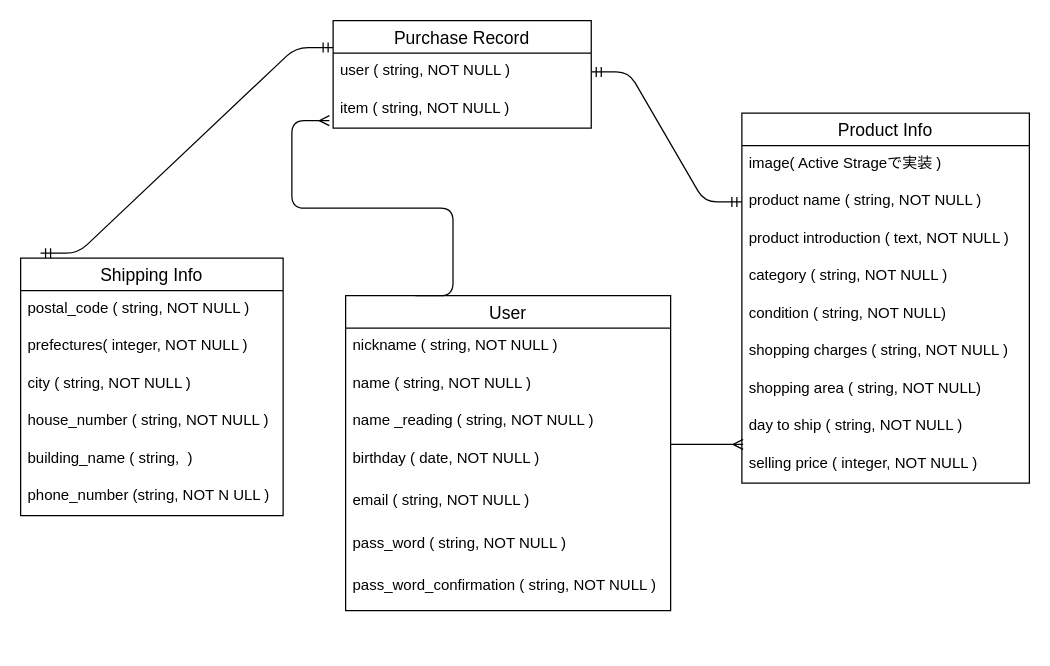
miyazakisayaka7/furima-35258 keeps this draw.io diagram as app/views/furima.dio. Above is the earlier version. Source tidied: cells renumbered, new cells numbered last; positions are measured from the earlier drawing's top-left corner, leaving out a move shared by most shapes. Both pictures are drawn from the tidied source at 125%, with x=0, y=0 at pixel (20, 20).
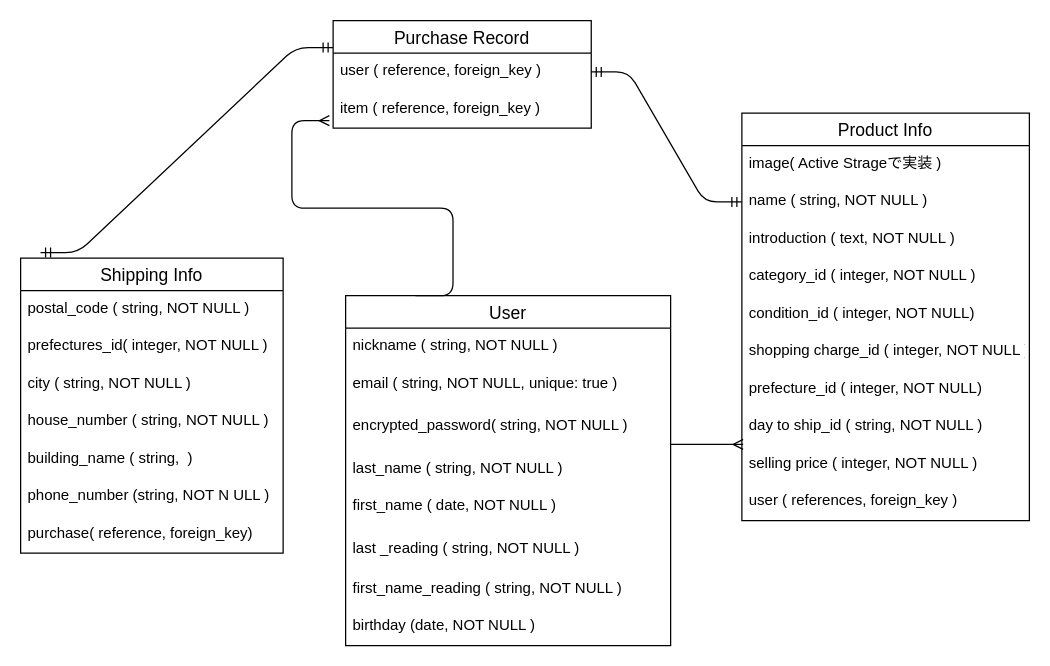
Above is the later version.

The change refers to these unchanged cells:
```xml
<mxCell id="19" value="Purchase Record" style="swimlane;fontStyle=0;horizontal=1;startSize=26;align=center;fontSize=14;rounded=0;sketch=0;" parent="1" vertex="1">
  <mxGeometry x="250" width="206.5" height="86" as="geometry" />
</mxCell>
```

Diff of the diagram source:
```diff
@@
     <mxCell id="2" value="Shipping Info" style="swimlane;fontStyle=0;horizontal=1;startSize=26;align=center;fontSize=14;rounded=0;sketch=0;" parent="1" vertex="1">
-      <mxGeometry y="190" width="210" height="206" as="geometry" />
+      <mxGeometry y="190" width="210" height="236" as="geometry" />
     </mxCell>
@@
-    <mxCell id="4" value="prefectures( integer, NOT NULL )" style="text;strokeColor=none;fillColor=none;spacingLeft=4;spacingRight=4;overflow=hidden;fontSize=12;" parent="2" vertex="1">
+    <mxCell id="4" value="prefectures_id( integer, NOT NULL )" style="text;strokeColor=none;fillColor=none;spacingLeft=4;spacingRight=4;overflow=hidden;fontSize=12;" parent="2" vertex="1">
       <mxGeometry y="56" width="210" height="30" as="geometry" />
     </mxCell>
@@
+    <mxCell id="35" value="purchase( reference, foreign_key)" style="text;strokeColor=none;fillColor=none;spacingLeft=4;spacingRight=4;overflow=hidden;fontSize=12;" parent="2" vertex="1">
+      <mxGeometry y="206" width="210" height="30" as="geometry" />
+    </mxCell>
     <mxCell id="9" value="Product Info" style="swimlane;fontStyle=0;horizontal=1;startSize=26;align=center;fontSize=14;rounded=0;sketch=0;" parent="1" vertex="1">
-      <mxGeometry x="577" y="74" width="230" height="296" as="geometry" />
+      <mxGeometry x="577" y="74" width="230" height="326" as="geometry" />
     </mxCell>
@@
-    <mxCell id="11" value="product name ( string, NOT NULL )" style="text;strokeColor=none;fillColor=none;spacingLeft=4;spacingRight=4;overflow=hidden;points=[[0,0.5],[1,0.5]];portConstraint=eastwest;fontSize=12;" parent="9" vertex="1">
+    <mxCell id="11" value="name ( string, NOT NULL )" style="text;strokeColor=none;fillColor=none;spacingLeft=4;spacingRight=4;overflow=hidden;points=[[0,0.5],[1,0.5]];portConstraint=eastwest;fontSize=12;" parent="9" vertex="1">
       <mxGeometry y="56" width="230" height="30" as="geometry" />
     </mxCell>
-    <mxCell id="12" value="product introduction ( text, NOT NULL )" style="text;strokeColor=none;fillColor=none;spacingLeft=4;spacingRight=4;overflow=hidden;fontSize=12;" parent="9" vertex="1">
+    <mxCell id="12" value="introduction ( text, NOT NULL )" style="text;strokeColor=none;fillColor=none;spacingLeft=4;spacingRight=4;overflow=hidden;fontSize=12;" parent="9" vertex="1">
       <mxGeometry y="86" width="230" height="30" as="geometry" />
     </mxCell>
-    <mxCell id="13" value="category ( string, NOT NULL )" style="text;strokeColor=none;fillColor=none;spacingLeft=4;spacingRight=4;overflow=hidden;fontSize=12;" parent="9" vertex="1">
+    <mxCell id="13" value="category_id ( integer, NOT NULL )" style="text;strokeColor=none;fillColor=none;spacingLeft=4;spacingRight=4;overflow=hidden;fontSize=12;" parent="9" vertex="1">
       <mxGeometry y="116" width="230" height="30" as="geometry" />
     </mxCell>
-    <mxCell id="14" value="condition ( string, NOT NULL)" style="text;strokeColor=none;fillColor=none;spacingLeft=4;spacingRight=4;overflow=hidden;fontSize=12;" parent="9" vertex="1">
+    <mxCell id="14" value="condition_id ( integer, NOT NULL)" style="text;strokeColor=none;fillColor=none;spacingLeft=4;spacingRight=4;overflow=hidden;fontSize=12;" parent="9" vertex="1">
       <mxGeometry y="146" width="230" height="30" as="geometry" />
     </mxCell>
-    <mxCell id="15" value="shopping charges ( string, NOT NULL )" style="text;strokeColor=none;fillColor=none;spacingLeft=4;spacingRight=4;overflow=hidden;fontSize=12;" parent="9" vertex="1">
+    <mxCell id="15" value="shopping charge_id ( integer, NOT NULL )" style="text;strokeColor=none;fillColor=none;spacingLeft=4;spacingRight=4;overflow=hidden;fontSize=12;" parent="9" vertex="1">
       <mxGeometry y="176" width="230" height="30" as="geometry" />
     </mxCell>
-    <mxCell id="16" value="shopping area ( string, NOT NULL)" style="text;strokeColor=none;fillColor=none;spacingLeft=4;spacingRight=4;overflow=hidden;fontSize=12;" parent="9" vertex="1">
+    <mxCell id="16" value="prefecture_id ( integer, NOT NULL)" style="text;strokeColor=none;fillColor=none;spacingLeft=4;spacingRight=4;overflow=hidden;fontSize=12;" parent="9" vertex="1">
       <mxGeometry y="206" width="230" height="30" as="geometry" />
     </mxCell>
-    <mxCell id="17" value="day to ship ( string, NOT NULL )" style="text;strokeColor=none;fillColor=none;spacingLeft=4;spacingRight=4;overflow=hidden;fontSize=12;" parent="9" vertex="1">
+    <mxCell id="17" value="day to ship_id ( string, NOT NULL )" style="text;strokeColor=none;fillColor=none;spacingLeft=4;spacingRight=4;overflow=hidden;fontSize=12;" parent="9" vertex="1">
       <mxGeometry y="236" width="230" height="30" as="geometry" />
     </mxCell>
@@
+    <mxCell id="36" value="user ( references, foreign_key )" style="text;strokeColor=none;fillColor=none;spacingLeft=4;spacingRight=4;overflow=hidden;fontSize=12;" parent="9" vertex="1">
+      <mxGeometry y="296" width="230" height="30" as="geometry" />
+    </mxCell>
@@
-    <mxCell id="20" value="user ( string, NOT NULL )" style="text;strokeColor=none;fillColor=none;spacingLeft=4;spacingRight=4;overflow=hidden;points=[[0,0.5],[1,0.5]];portConstraint=eastwest;fontSize=12;" parent="19" vertex="1">
+    <mxCell id="20" value="user ( reference, foreign_key )" style="text;strokeColor=none;fillColor=none;spacingLeft=4;spacingRight=4;overflow=hidden;points=[[0,0.5],[1,0.5]];portConstraint=eastwest;fontSize=12;" parent="19" vertex="1">
       <mxGeometry y="26" width="206.5" height="30" as="geometry" />
     </mxCell>
-    <mxCell id="21" value="item ( string, NOT NULL )" style="text;strokeColor=none;fillColor=none;spacingLeft=4;spacingRight=4;overflow=hidden;points=[[0,0.5],[1,0.5]];portConstraint=eastwest;fontSize=12;" parent="19" vertex="1">
+    <mxCell id="21" value="item ( reference, foreign_key )" style="text;strokeColor=none;fillColor=none;spacingLeft=4;spacingRight=4;overflow=hidden;points=[[0,0.5],[1,0.5]];portConstraint=eastwest;fontSize=12;" parent="19" vertex="1">
       <mxGeometry y="56" width="206.5" height="30" as="geometry" />
     </mxCell>
     <mxCell id="22" value="User" style="swimlane;fontStyle=0;horizontal=1;startSize=26;align=center;fontSize=14;rounded=0;sketch=0;" parent="1" vertex="1">
-      <mxGeometry x="260" y="220" width="260" height="252" as="geometry" />
+      <mxGeometry x="260" y="220" width="260" height="280" as="geometry" />
     </mxCell>
@@
+    <mxCell id="27" value="email ( string, NOT NULL, unique: true )" style="text;strokeColor=none;fillColor=none;spacingLeft=4;spacingRight=4;overflow=hidden;fontSize=12;" parent="22" vertex="1">
+      <mxGeometry y="56" width="260" height="34" as="geometry" />
+    </mxCell>
+    <mxCell id="29" value="encrypted_password( string, NOT NULL )" style="text;strokeColor=none;fillColor=none;spacingLeft=4;spacingRight=4;overflow=hidden;fontSize=12;" parent="22" vertex="1">
+      <mxGeometry y="90" width="260" height="34" as="geometry" />
+    </mxCell>
-    <mxCell id="24" value="name ( string, NOT NULL )&#10;" style="text;strokeColor=none;fillColor=none;spacingLeft=4;spacingRight=4;overflow=hidden;fontSize=12;" parent="22" vertex="1">
-      <mxGeometry y="56" width="260" height="30" as="geometry" />
+    <mxCell id="24" value="last_name ( string, NOT NULL )&#10;" style="text;strokeColor=none;fillColor=none;spacingLeft=4;spacingRight=4;overflow=hidden;fontSize=12;" parent="22" vertex="1">
+      <mxGeometry y="124" width="260" height="30" as="geometry" />
     </mxCell>
+    <mxCell id="26" value="first_name ( date, NOT NULL )" style="text;strokeColor=none;fillColor=none;spacingLeft=4;spacingRight=4;overflow=hidden;fontSize=12;" parent="22" vertex="1">
+      <mxGeometry y="154" width="260" height="34" as="geometry" />
+    </mxCell>
-    <mxCell id="25" value="name _reading ( string, NOT NULL )" style="text;strokeColor=none;fillColor=none;spacingLeft=4;spacingRight=4;overflow=hidden;fontSize=12;" parent="22" vertex="1">
-      <mxGeometry y="86" width="260" height="30" as="geometry" />
+    <mxCell id="25" value="last _reading ( string, NOT NULL )" style="text;strokeColor=none;fillColor=none;spacingLeft=4;spacingRight=4;overflow=hidden;fontSize=12;" parent="22" vertex="1">
+      <mxGeometry y="188" width="260" height="32" as="geometry" />
     </mxCell>
-    <mxCell id="26" value="birthday ( date, NOT NULL )" style="text;strokeColor=none;fillColor=none;spacingLeft=4;spacingRight=4;overflow=hidden;fontSize=12;" parent="22" vertex="1">
-      <mxGeometry y="116" width="260" height="34" as="geometry" />
-    </mxCell>
-    <mxCell id="27" value="email ( string, NOT NULL )" style="text;strokeColor=none;fillColor=none;spacingLeft=4;spacingRight=4;overflow=hidden;fontSize=12;" parent="22" vertex="1">
-      <mxGeometry y="150" width="260" height="34" as="geometry" />
-    </mxCell>
-    <mxCell id="28" value="pass_word ( string, NOT NULL )" style="text;strokeColor=none;fillColor=none;spacingLeft=4;spacingRight=4;overflow=hidden;fontSize=12;" parent="22" vertex="1">
-      <mxGeometry y="184" width="260" height="34" as="geometry" />
-    </mxCell>
-    <mxCell id="29" value="pass_word_confirmation ( string, NOT NULL )" style="text;strokeColor=none;fillColor=none;spacingLeft=4;spacingRight=4;overflow=hidden;fontSize=12;" parent="22" vertex="1">
-      <mxGeometry y="218" width="260" height="34" as="geometry" />
-    </mxCell>
+    <mxCell id="37" value="first_name_reading ( string, NOT NULL )" style="text;strokeColor=none;fillColor=none;spacingLeft=4;spacingRight=4;overflow=hidden;fontSize=12;" parent="22" vertex="1">
+      <mxGeometry y="220" width="260" height="30" as="geometry" />
+    </mxCell>
+    <mxCell id="38" value="birthday (date, NOT NULL )" style="text;strokeColor=none;fillColor=none;spacingLeft=4;spacingRight=4;overflow=hidden;fontSize=12;" parent="22" vertex="1">
+      <mxGeometry y="250" width="260" height="30" as="geometry" />
+    </mxCell>
```
